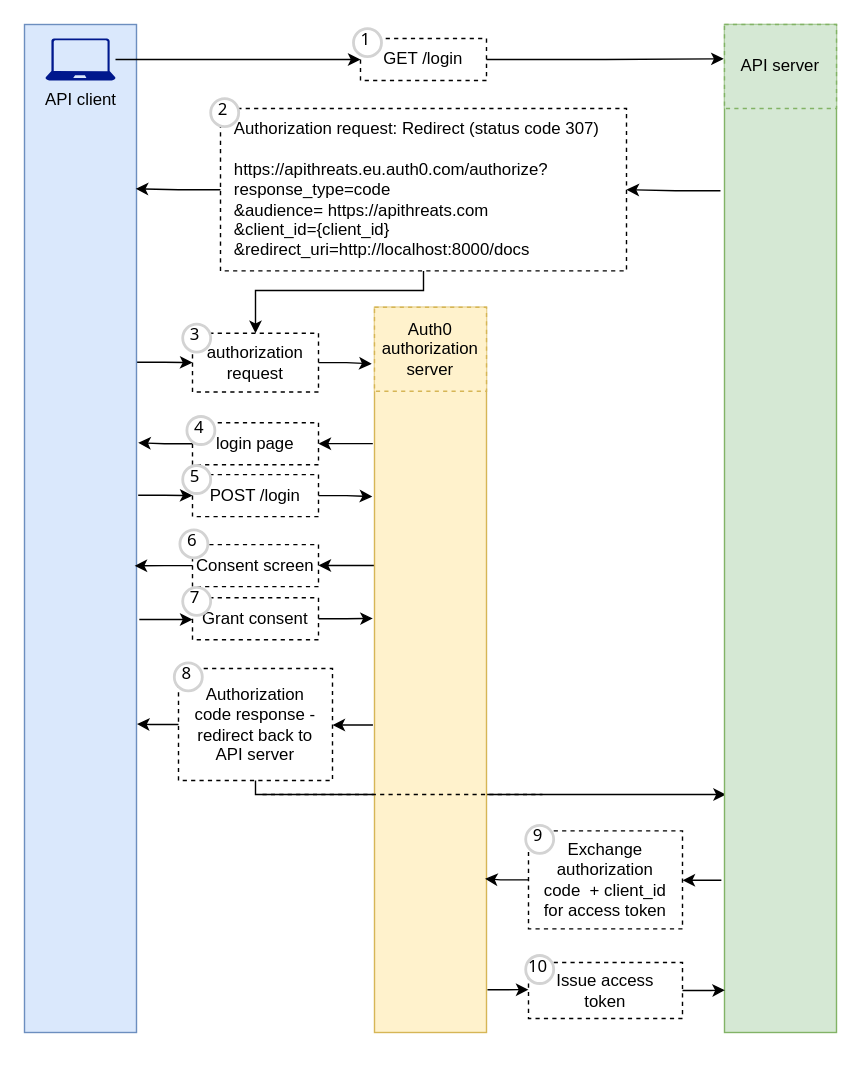
abunuwas/api-sec-book-imgs keeps this draw.io diagram as page "Page-7" (7 of 7) of ch08.drawio. Above is the earlier version. Source tidied: cells renumbered, new cells numbered last; positions are measured from the earlier drawing's top-left corner, leaving out a move shared by most shapes. Both pictures are drawn from the tidied source at 140%, with x=0, y=0 at pixel (24, 24).
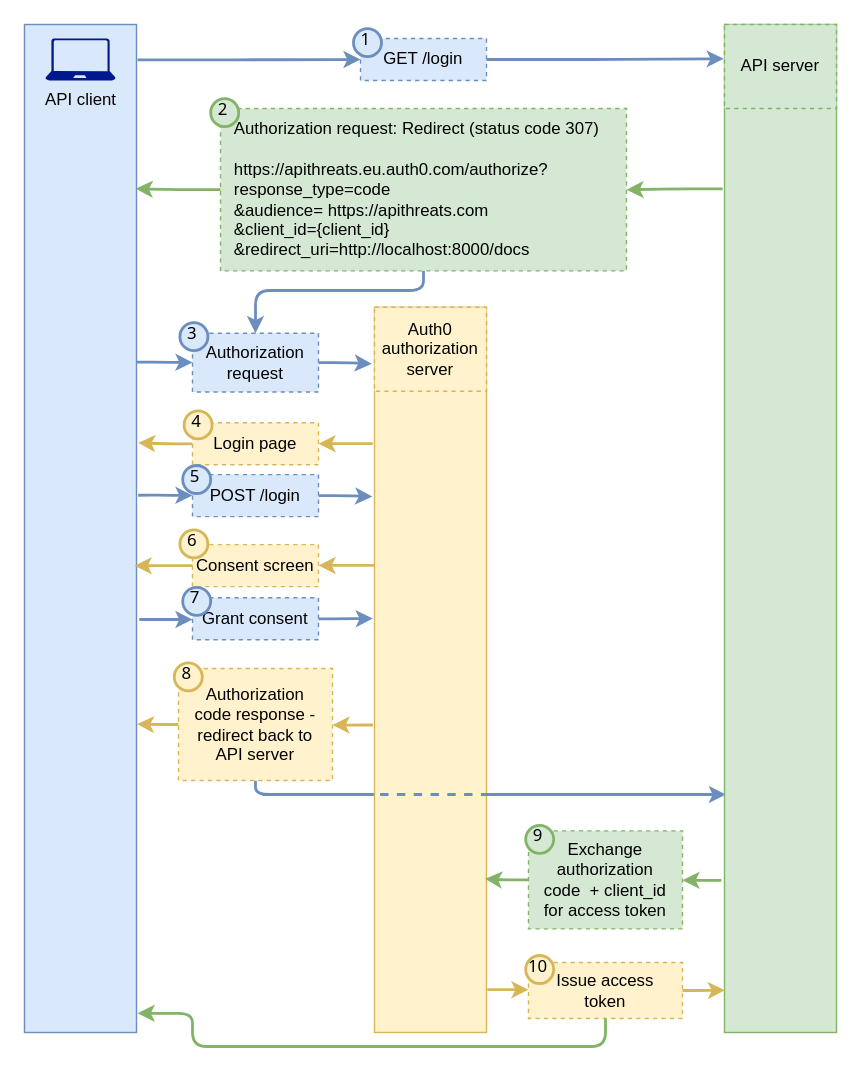
The same diagram, later.

The change refers to these unchanged cells:
```xml
<mxCell id="7" style="rounded=0;whiteSpace=wrap;html=1;fillColor=#fff2cc;strokeColor=#d6b656;" parent="1" vertex="1">
  <mxGeometry x="250" y="202" width="80" height="518" as="geometry" />
</mxCell>
<mxCell id="11" style="rounded=0;whiteSpace=wrap;html=1;fillColor=#dae8fc;strokeColor=#6c8ebf;" parent="1" vertex="1">
  <mxGeometry width="80" height="720" as="geometry" />
</mxCell>
<mxCell id="13" style="rounded=0;whiteSpace=wrap;html=1;fillColor=#d5e8d4;strokeColor=#82b366;" parent="1" vertex="1">
  <mxGeometry x="500" width="80" height="720" as="geometry" />
</mxCell>
<mxCell id="15" value="API client" style="sketch=0;shadow=0;dashed=0;html=1;strokeColor=none;labelPosition=center;verticalLabelPosition=bottom;verticalAlign=top;align=center;fillColor=#00188D;shape=mxgraph.azure.laptop;" parent="1" vertex="1">
  <mxGeometry x="15" y="10" width="50" height="30" as="geometry" />
</mxCell>
```

What changed in the source:
```diff
@@
-    <mxCell id="2" style="edgeStyle=orthogonalEdgeStyle;rounded=0;jettySize=auto;html=1;" parent="1" edge="1" source="25">
+    <mxCell id="2" style="edgeStyle=orthogonalEdgeStyle;rounded=1;jettySize=auto;html=1;fillColor=#dae8fc;strokeColor=#6c8ebf;curved=0;strokeWidth=2;" parent="1" edge="1" source="25">
       <mxGeometry relative="1" as="geometry">
         <mxPoint x="501" y="550" as="targetPoint" />
         <Array as="points">
           <mxPoint x="165" y="550" />
           <mxPoint x="501" y="550" />
         </Array>
       </mxGeometry>
     </mxCell>
-    <mxCell id="3" style="edgeStyle=orthogonalEdgeStyle;rounded=0;jettySize=auto;html=1;entryX=1;entryY=0.5;entryDx=0;entryDy=0;exitX=-0.015;exitY=0.188;exitDx=0;exitDy=0;exitPerimeter=0;" parent="1" edge="1" source="7" target="21">
+    <mxCell id="3" style="edgeStyle=orthogonalEdgeStyle;rounded=1;jettySize=auto;html=1;entryX=1;entryY=0.5;entryDx=0;entryDy=0;exitX=-0.015;exitY=0.188;exitDx=0;exitDy=0;exitPerimeter=0;fillColor=#fff2cc;strokeColor=#d6b656;strokeWidth=2;curved=0;" parent="1" edge="1" source="7" target="21">
       <mxGeometry relative="1" as="geometry" />
     </mxCell>
-    <mxCell id="4" style="edgeStyle=orthogonalEdgeStyle;rounded=0;jettySize=auto;html=1;entryX=1;entryY=0.5;entryDx=0;entryDy=0;exitX=-0.004;exitY=0.356;exitDx=0;exitDy=0;exitPerimeter=0;" parent="1" edge="1" source="7" target="23">
+    <mxCell id="4" style="edgeStyle=orthogonalEdgeStyle;rounded=1;jettySize=auto;html=1;entryX=1;entryY=0.5;entryDx=0;entryDy=0;exitX=-0.004;exitY=0.356;exitDx=0;exitDy=0;exitPerimeter=0;fillColor=#fff2cc;strokeColor=#d6b656;strokeWidth=2;curved=0;" parent="1" edge="1" source="7" target="23">
       <mxGeometry relative="1" as="geometry" />
     </mxCell>
-    <mxCell id="5" style="edgeStyle=orthogonalEdgeStyle;rounded=0;jettySize=auto;html=1;entryX=1;entryY=0.5;entryDx=0;entryDy=0;exitX=-0.014;exitY=0.576;exitDx=0;exitDy=0;exitPerimeter=0;" parent="1" edge="1" source="7" target="25">
+    <mxCell id="5" style="edgeStyle=orthogonalEdgeStyle;rounded=1;jettySize=auto;html=1;entryX=1;entryY=0.5;entryDx=0;entryDy=0;exitX=-0.014;exitY=0.576;exitDx=0;exitDy=0;exitPerimeter=0;fillColor=#fff2cc;strokeColor=#d6b656;curved=0;strokeWidth=2;" parent="1" edge="1" source="7" target="25">
       <mxGeometry relative="1" as="geometry" />
     </mxCell>
-    <mxCell id="6" style="edgeStyle=orthogonalEdgeStyle;rounded=0;jettySize=auto;html=1;entryX=0;entryY=0.5;entryDx=0;entryDy=0;exitX=1.008;exitY=0.941;exitDx=0;exitDy=0;exitPerimeter=0;" parent="1" edge="1" source="7" target="43">
+    <mxCell id="6" style="edgeStyle=orthogonalEdgeStyle;rounded=1;jettySize=auto;html=1;entryX=0;entryY=0.5;entryDx=0;entryDy=0;exitX=1.008;exitY=0.941;exitDx=0;exitDy=0;exitPerimeter=0;fillColor=#fff2cc;strokeColor=#d6b656;curved=0;strokeWidth=2;" parent="1" edge="1" source="7" target="43">
       <mxGeometry relative="1" as="geometry" />
     </mxCell>
@@
-    <mxCell id="8" style="edgeStyle=orthogonalEdgeStyle;rounded=0;jettySize=auto;html=1;entryX=0;entryY=0.5;entryDx=0;entryDy=0;exitX=0.999;exitY=0.335;exitDx=0;exitDy=0;exitPerimeter=0;" parent="1" edge="1" source="11" target="19">
+    <mxCell id="8" style="edgeStyle=orthogonalEdgeStyle;rounded=1;jettySize=auto;html=1;entryX=0;entryY=0.5;entryDx=0;entryDy=0;exitX=0.999;exitY=0.335;exitDx=0;exitDy=0;exitPerimeter=0;fillColor=#dae8fc;strokeColor=#6c8ebf;strokeWidth=2;curved=0;" parent="1" edge="1" source="11" target="19">
       <mxGeometry relative="1" as="geometry" />
     </mxCell>
-    <mxCell id="9" style="edgeStyle=orthogonalEdgeStyle;rounded=0;jettySize=auto;html=1;exitX=1.015;exitY=0.467;exitDx=0;exitDy=0;exitPerimeter=0;" parent="1" edge="1" source="11" target="22">
+    <mxCell id="9" style="edgeStyle=orthogonalEdgeStyle;rounded=1;jettySize=auto;html=1;exitX=1.015;exitY=0.467;exitDx=0;exitDy=0;exitPerimeter=0;fillColor=#dae8fc;strokeColor=#6c8ebf;strokeWidth=2;curved=0;" parent="1" edge="1" source="11" target="22">
       <mxGeometry relative="1" as="geometry" />
     </mxCell>
-    <mxCell id="10" style="edgeStyle=orthogonalEdgeStyle;rounded=0;jettySize=auto;html=1;entryX=0;entryY=0.5;entryDx=0;entryDy=0;" parent="1" edge="1" target="24">
+    <mxCell id="10" style="edgeStyle=orthogonalEdgeStyle;rounded=1;jettySize=auto;html=1;entryX=0;entryY=0.5;entryDx=0;entryDy=0;fillColor=#dae8fc;strokeColor=#6c8ebf;strokeWidth=2;curved=0;" parent="1" edge="1" target="24">
       <mxGeometry relative="1" as="geometry">
         <mxPoint x="82" y="425" as="sourcePoint" />
       </mxGeometry>
     </mxCell>
@@
-    <mxCell id="12" style="edgeStyle=orthogonalEdgeStyle;rounded=0;jettySize=auto;html=1;entryX=1;entryY=0.5;entryDx=0;entryDy=0;exitX=-0.028;exitY=0.849;exitDx=0;exitDy=0;exitPerimeter=0;" parent="1" edge="1" source="13" target="42">
+    <mxCell id="12" style="edgeStyle=orthogonalEdgeStyle;rounded=1;jettySize=auto;html=1;entryX=1;entryY=0.5;entryDx=0;entryDy=0;exitX=-0.028;exitY=0.849;exitDx=0;exitDy=0;exitPerimeter=0;fillColor=#d5e8d4;strokeColor=#82b366;curved=0;strokeWidth=2;" parent="1" edge="1" source="13" target="42">
       <mxGeometry relative="1" as="geometry" />
     </mxCell>
@@
-    <mxCell id="14" style="edgeStyle=orthogonalEdgeStyle;rounded=0;jettySize=auto;html=1;entryX=0;entryY=0.5;entryDx=0;entryDy=0;" parent="1" edge="1" source="15" target="16">
+    <mxCell id="14" style="edgeStyle=orthogonalEdgeStyle;rounded=1;jettySize=auto;html=1;entryX=0;entryY=0.5;entryDx=0;entryDy=0;fillColor=#dae8fc;strokeColor=#6c8ebf;exitX=1.01;exitY=0.035;exitDx=0;exitDy=0;exitPerimeter=0;strokeWidth=2;curved=0;" parent="1" edge="1" source="11" target="16">
       <mxGeometry relative="1" as="geometry" />
     </mxCell>
@@
-    <mxCell id="16" value="GET /login" style="text;html=1;align=center;verticalAlign=middle;whiteSpace=wrap;rounded=0;strokeColor=default;dashed=1;" parent="1" vertex="1">
+    <mxCell id="16" value="GET /login" style="text;html=1;align=center;verticalAlign=middle;whiteSpace=wrap;rounded=0;strokeColor=#6c8ebf;dashed=1;fillColor=#dae8fc;" parent="1" vertex="1">
       <mxGeometry x="240" y="10" width="90" height="30" as="geometry" />
     </mxCell>
-    <mxCell id="17" style="edgeStyle=orthogonalEdgeStyle;rounded=0;jettySize=auto;html=1;" parent="1" edge="1" source="18" target="19">
+    <mxCell id="17" style="edgeStyle=orthogonalEdgeStyle;rounded=1;jettySize=auto;html=1;fillColor=#dae8fc;strokeColor=#6c8ebf;strokeWidth=2;curved=0;" parent="1" edge="1" source="18" target="19">
       <mxGeometry relative="1" as="geometry">
         <Array as="points">
           <mxPoint x="285" y="190" />
           <mxPoint x="165" y="190" />
         </Array>
       </mxGeometry>
     </mxCell>
-    <mxCell id="18" value="Authorization request: Redirect (status code 307)&lt;div&gt;&lt;br&gt;&lt;/div&gt;&lt;div&gt;https://apithreats.eu.auth0.com/authorize?&lt;/div&gt;&lt;div&gt;response_type=code&lt;/div&gt;&lt;div&gt;&amp;amp;audience= https://apithreats.com&lt;/div&gt;&lt;div&gt;&amp;amp;client_id={client_id}&lt;/div&gt;&lt;div&gt;&amp;amp;redirect_uri=http://localhost:8000/docs&lt;/div&gt;" style="text;html=1;align=left;verticalAlign=middle;whiteSpace=wrap;rounded=0;strokeColor=default;dashed=1;spacing=10;" parent="1" vertex="1">
+    <mxCell id="18" value="Authorization request: Redirect (status code 307)&lt;div&gt;&lt;br&gt;&lt;/div&gt;&lt;div&gt;https://apithreats.eu.auth0.com/authorize?&lt;/div&gt;&lt;div&gt;response_type=code&lt;/div&gt;&lt;div&gt;&amp;amp;audience= https://apithreats.com&lt;/div&gt;&lt;div&gt;&amp;amp;client_id={client_id}&lt;/div&gt;&lt;div&gt;&amp;amp;redirect_uri=http://localhost:8000/docs&lt;/div&gt;" style="text;html=1;align=left;verticalAlign=middle;whiteSpace=wrap;rounded=0;strokeColor=#82b366;dashed=1;spacing=10;fillColor=#d5e8d4;" parent="1" vertex="1">
       <mxGeometry x="140" y="60" width="290" height="116" as="geometry" />
     </mxCell>
-    <mxCell id="19" value="authorization request" style="text;html=1;align=center;verticalAlign=middle;whiteSpace=wrap;rounded=0;strokeColor=default;dashed=1;" parent="1" vertex="1">
+    <mxCell id="19" value="Authorization request" style="text;html=1;align=center;verticalAlign=middle;whiteSpace=wrap;rounded=0;strokeColor=#6c8ebf;dashed=1;fillColor=#dae8fc;" parent="1" vertex="1">
       <mxGeometry x="120" y="220.5" width="90" height="42" as="geometry" />
     </mxCell>
-    <mxCell id="20" style="edgeStyle=orthogonalEdgeStyle;rounded=0;jettySize=auto;html=1;entryX=1.015;entryY=0.415;entryDx=0;entryDy=0;entryPerimeter=0;" parent="1" edge="1" source="21" target="11">
+    <mxCell id="20" style="edgeStyle=orthogonalEdgeStyle;rounded=1;jettySize=auto;html=1;entryX=1.015;entryY=0.415;entryDx=0;entryDy=0;entryPerimeter=0;fillColor=#fff2cc;strokeColor=#d6b656;strokeWidth=2;curved=0;" parent="1" edge="1" source="21" target="11">
       <mxGeometry relative="1" as="geometry" />
     </mxCell>
-    <mxCell id="21" value="login page" style="text;html=1;align=center;verticalAlign=middle;whiteSpace=wrap;rounded=0;strokeColor=default;dashed=1;" parent="1" vertex="1">
+    <mxCell id="21" value="Login page" style="text;html=1;align=center;verticalAlign=middle;whiteSpace=wrap;rounded=0;strokeColor=#d6b656;dashed=1;fillColor=#fff2cc;" parent="1" vertex="1">
       <mxGeometry x="120" y="284.5" width="90" height="30" as="geometry" />
     </mxCell>
-    <mxCell id="22" value="POST /login" style="text;html=1;align=center;verticalAlign=middle;whiteSpace=wrap;rounded=0;strokeColor=default;dashed=1;" parent="1" vertex="1">
+    <mxCell id="22" value="POST /login" style="text;html=1;align=center;verticalAlign=middle;whiteSpace=wrap;rounded=0;strokeColor=#6c8ebf;dashed=1;fillColor=#dae8fc;" parent="1" vertex="1">
       <mxGeometry x="120" y="321.5" width="90" height="30" as="geometry" />
     </mxCell>
-    <mxCell id="23" value="Consent screen" style="text;html=1;align=center;verticalAlign=middle;whiteSpace=wrap;rounded=0;strokeColor=default;dashed=1;" parent="1" vertex="1">
+    <mxCell id="23" value="Consent screen" style="text;html=1;align=center;verticalAlign=middle;whiteSpace=wrap;rounded=0;strokeColor=#d6b656;dashed=1;fillColor=#fff2cc;" parent="1" vertex="1">
       <mxGeometry x="120" y="371.5" width="90" height="30" as="geometry" />
     </mxCell>
-    <mxCell id="24" value="Grant&amp;nbsp;&lt;span style=&quot;background-color: transparent; color: light-dark(rgb(0, 0, 0), rgb(255, 255, 255));&quot;&gt;consent&lt;/span&gt;" style="text;html=1;align=center;verticalAlign=middle;whiteSpace=wrap;rounded=0;strokeColor=default;dashed=1;" parent="1" vertex="1">
+    <mxCell id="24" value="Grant&amp;nbsp;&lt;span style=&quot;background-color: transparent; color: light-dark(rgb(0, 0, 0), rgb(255, 255, 255));&quot;&gt;consent&lt;/span&gt;" style="text;html=1;align=center;verticalAlign=middle;whiteSpace=wrap;rounded=0;strokeColor=#6c8ebf;dashed=1;fillColor=#dae8fc;" parent="1" vertex="1">
       <mxGeometry x="120" y="409.5" width="90" height="30" as="geometry" />
     </mxCell>
-    <mxCell id="25" value="Authorization code response - redirect back to API server" style="text;html=1;align=center;verticalAlign=middle;whiteSpace=wrap;rounded=0;strokeColor=default;dashed=1;spacing=8;" parent="1" vertex="1">
+    <mxCell id="25" value="Authorization code response - redirect back to API server" style="text;html=1;align=center;verticalAlign=middle;whiteSpace=wrap;rounded=0;strokeColor=#d6b656;dashed=1;spacing=8;fillColor=#fff2cc;" parent="1" vertex="1">
       <mxGeometry x="110" y="460" width="110" height="80" as="geometry" />
     </mxCell>
-    <mxCell id="26" style="edgeStyle=orthogonalEdgeStyle;rounded=0;jettySize=auto;html=1;entryX=-0.007;entryY=0.034;entryDx=0;entryDy=0;entryPerimeter=0;" parent="1" edge="1" source="16" target="13">
+    <mxCell id="26" style="edgeStyle=orthogonalEdgeStyle;rounded=1;jettySize=auto;html=1;entryX=-0.007;entryY=0.034;entryDx=0;entryDy=0;entryPerimeter=0;fillColor=#dae8fc;strokeColor=#6c8ebf;strokeWidth=2;curved=0;" parent="1" edge="1" source="16" target="13">
       <mxGeometry relative="1" as="geometry" />
     </mxCell>
-    <mxCell id="27" style="edgeStyle=orthogonalEdgeStyle;rounded=0;jettySize=auto;html=1;entryX=1;entryY=0.5;entryDx=0;entryDy=0;exitX=-0.036;exitY=0.165;exitDx=0;exitDy=0;exitPerimeter=0;" parent="1" edge="1" source="13" target="18">
+    <mxCell id="27" style="edgeStyle=orthogonalEdgeStyle;rounded=1;jettySize=auto;html=1;entryX=1;entryY=0.5;entryDx=0;entryDy=0;exitX=-0.017;exitY=0.163;exitDx=0;exitDy=0;exitPerimeter=0;fillColor=#d5e8d4;strokeColor=#82b366;strokeWidth=2;curved=0;" parent="1" edge="1" source="13" target="18">
       <mxGeometry relative="1" as="geometry" />
     </mxCell>
-    <mxCell id="28" style="edgeStyle=orthogonalEdgeStyle;rounded=0;jettySize=auto;html=1;entryX=0.993;entryY=0.163;entryDx=0;entryDy=0;entryPerimeter=0;" parent="1" edge="1" source="18" target="11">
+    <mxCell id="28" style="edgeStyle=orthogonalEdgeStyle;rounded=1;jettySize=auto;html=1;entryX=0.993;entryY=0.163;entryDx=0;entryDy=0;entryPerimeter=0;fillColor=#d5e8d4;strokeColor=#82b366;strokeWidth=2;curved=0;" parent="1" edge="1" source="18" target="11">
       <mxGeometry relative="1" as="geometry" />
     </mxCell>
-    <mxCell id="29" style="edgeStyle=orthogonalEdgeStyle;rounded=0;jettySize=auto;html=1;entryX=-0.025;entryY=0.078;entryDx=0;entryDy=0;entryPerimeter=0;" parent="1" edge="1" source="19" target="7">
+    <mxCell id="29" style="edgeStyle=orthogonalEdgeStyle;rounded=1;jettySize=auto;html=1;entryX=-0.025;entryY=0.078;entryDx=0;entryDy=0;entryPerimeter=0;fillColor=#dae8fc;strokeColor=#6c8ebf;strokeWidth=2;curved=0;" parent="1" edge="1" source="19" target="7">
       <mxGeometry relative="1" as="geometry" />
     </mxCell>
-    <mxCell id="30" style="edgeStyle=orthogonalEdgeStyle;rounded=0;jettySize=auto;html=1;entryX=-0.02;entryY=0.261;entryDx=0;entryDy=0;entryPerimeter=0;" parent="1" edge="1" source="22" target="7">
+    <mxCell id="30" style="edgeStyle=orthogonalEdgeStyle;rounded=1;jettySize=auto;html=1;entryX=-0.02;entryY=0.261;entryDx=0;entryDy=0;entryPerimeter=0;fillColor=#dae8fc;strokeColor=#6c8ebf;strokeWidth=2;curved=0;" parent="1" edge="1" source="22" target="7">
       <mxGeometry relative="1" as="geometry" />
     </mxCell>
-    <mxCell id="31" style="edgeStyle=orthogonalEdgeStyle;rounded=0;jettySize=auto;html=1;entryX=0.983;entryY=0.537;entryDx=0;entryDy=0;entryPerimeter=0;" parent="1" edge="1" source="23" target="11">
+    <mxCell id="31" style="edgeStyle=orthogonalEdgeStyle;rounded=1;jettySize=auto;html=1;entryX=0.983;entryY=0.537;entryDx=0;entryDy=0;entryPerimeter=0;fillColor=#fff2cc;strokeColor=#d6b656;strokeWidth=2;curved=0;" parent="1" edge="1" source="23" target="11">
       <mxGeometry relative="1" as="geometry" />
     </mxCell>
-    <mxCell id="32" style="edgeStyle=orthogonalEdgeStyle;rounded=0;jettySize=auto;html=1;entryX=-0.015;entryY=0.429;entryDx=0;entryDy=0;entryPerimeter=0;" parent="1" edge="1" source="24" target="7">
+    <mxCell id="32" style="edgeStyle=orthogonalEdgeStyle;rounded=1;jettySize=auto;html=1;entryX=-0.015;entryY=0.429;entryDx=0;entryDy=0;entryPerimeter=0;fillColor=#dae8fc;strokeColor=#6c8ebf;strokeWidth=2;curved=0;" parent="1" edge="1" source="24" target="7">
       <mxGeometry relative="1" as="geometry" />
     </mxCell>
-    <mxCell id="33" style="edgeStyle=orthogonalEdgeStyle;rounded=0;jettySize=auto;html=1;entryX=1.004;entryY=0.694;entryDx=0;entryDy=0;entryPerimeter=0;" parent="1" edge="1" source="25" target="11">
+    <mxCell id="33" style="edgeStyle=orthogonalEdgeStyle;rounded=1;jettySize=auto;html=1;entryX=1.004;entryY=0.694;entryDx=0;entryDy=0;entryPerimeter=0;fillColor=#fff2cc;strokeColor=#d6b656;curved=0;strokeWidth=2;" parent="1" edge="1" source="25" target="11">
       <mxGeometry relative="1" as="geometry" />
     </mxCell>
-    <mxCell id="34" value="1" style="ellipse;whiteSpace=wrap;html=1;strokeWidth=2;fontFamily=Tahoma;spacingBottom=4;spacingRight=2;strokeColor=#d3d3d3;" parent="1" vertex="1">
+    <mxCell id="34" value="1" style="ellipse;whiteSpace=wrap;html=1;strokeWidth=2;fontFamily=Tahoma;spacingBottom=4;spacingRight=2;strokeColor=#6c8ebf;fillColor=#dae8fc;" parent="1" vertex="1">
       <mxGeometry x="235" y="3" width="20" height="20" as="geometry" />
     </mxCell>
-    <mxCell id="35" value="2" style="ellipse;whiteSpace=wrap;html=1;strokeWidth=2;fontFamily=Tahoma;spacingBottom=4;spacingRight=2;strokeColor=#d3d3d3;" parent="1" vertex="1">
+    <mxCell id="35" value="2" style="ellipse;whiteSpace=wrap;html=1;strokeWidth=2;fontFamily=Tahoma;spacingBottom=4;spacingRight=2;strokeColor=#82b366;fillColor=#d5e8d4;" parent="1" vertex="1">
       <mxGeometry x="133" y="53" width="20" height="20" as="geometry" />
     </mxCell>
-    <mxCell id="36" value="3" style="ellipse;whiteSpace=wrap;html=1;strokeWidth=2;fontFamily=Tahoma;spacingBottom=4;spacingRight=2;strokeColor=#d3d3d3;" parent="1" vertex="1">
-      <mxGeometry x="113" y="214" width="20" height="20" as="geometry" />
+    <mxCell id="36" value="3" style="ellipse;whiteSpace=wrap;html=1;strokeWidth=2;fontFamily=Tahoma;spacingBottom=4;spacingRight=2;strokeColor=#6c8ebf;fillColor=#dae8fc;" parent="1" vertex="1">
+      <mxGeometry x="111" y="213" width="20" height="20" as="geometry" />
     </mxCell>
-    <mxCell id="37" value="4" style="ellipse;whiteSpace=wrap;html=1;strokeWidth=2;fontFamily=Tahoma;spacingBottom=4;spacingRight=2;strokeColor=#d3d3d3;" parent="1" vertex="1">
-      <mxGeometry x="116" y="280" width="20" height="20" as="geometry" />
+    <mxCell id="37" value="4" style="ellipse;whiteSpace=wrap;html=1;strokeWidth=2;fontFamily=Tahoma;spacingBottom=4;spacingRight=2;strokeColor=#d6b656;fillColor=#fff2cc;" parent="1" vertex="1">
+      <mxGeometry x="114" y="276" width="20" height="20" as="geometry" />
     </mxCell>
-    <mxCell id="38" value="5" style="ellipse;whiteSpace=wrap;html=1;strokeWidth=2;fontFamily=Tahoma;spacingBottom=4;spacingRight=2;strokeColor=#d3d3d3;" parent="1" vertex="1">
+    <mxCell id="38" value="5" style="ellipse;whiteSpace=wrap;html=1;strokeWidth=2;fontFamily=Tahoma;spacingBottom=4;spacingRight=2;strokeColor=#6c8ebf;fillColor=#dae8fc;" parent="1" vertex="1">
       <mxGeometry x="113" y="315" width="20" height="20" as="geometry" />
     </mxCell>
-    <mxCell id="39" value="6" style="ellipse;whiteSpace=wrap;html=1;strokeWidth=2;fontFamily=Tahoma;spacingBottom=4;spacingRight=2;strokeColor=#d3d3d3;" parent="1" vertex="1">
+    <mxCell id="39" value="6" style="ellipse;whiteSpace=wrap;html=1;strokeWidth=2;fontFamily=Tahoma;spacingBottom=4;spacingRight=2;strokeColor=#d6b656;fillColor=#fff2cc;" parent="1" vertex="1">
       <mxGeometry x="111" y="361" width="20" height="20" as="geometry" />
     </mxCell>
-    <mxCell id="40" value="7" style="ellipse;whiteSpace=wrap;html=1;strokeWidth=2;fontFamily=Tahoma;spacingBottom=4;spacingRight=2;strokeColor=#d3d3d3;" parent="1" vertex="1">
+    <mxCell id="40" value="7" style="ellipse;whiteSpace=wrap;html=1;strokeWidth=2;fontFamily=Tahoma;spacingBottom=4;spacingRight=2;strokeColor=#6c8ebf;fillColor=#dae8fc;" parent="1" vertex="1">
       <mxGeometry x="113" y="402" width="20" height="20" as="geometry" />
     </mxCell>
-    <mxCell id="41" value="8" style="ellipse;whiteSpace=wrap;html=1;strokeWidth=2;fontFamily=Tahoma;spacingBottom=4;spacingRight=2;strokeColor=#d3d3d3;" parent="1" vertex="1">
+    <mxCell id="41" value="8" style="ellipse;whiteSpace=wrap;html=1;strokeWidth=2;fontFamily=Tahoma;spacingBottom=4;spacingRight=2;strokeColor=#d6b656;fillColor=#fff2cc;" parent="1" vertex="1">
       <mxGeometry x="107" y="456" width="20" height="20" as="geometry" />
     </mxCell>
-    <mxCell id="42" value="Exchange authorization code&amp;nbsp; + client_id for access token" style="text;html=1;align=center;verticalAlign=middle;whiteSpace=wrap;rounded=0;strokeColor=default;dashed=1;spacing=6;" parent="1" vertex="1">
+    <mxCell id="42" value="Exchange authorization code&amp;nbsp; + client_id for access token" style="text;html=1;align=center;verticalAlign=middle;whiteSpace=wrap;rounded=0;strokeColor=#82b366;dashed=1;spacing=6;fillColor=#d5e8d4;" parent="1" vertex="1">
       <mxGeometry x="360" y="576" width="110" height="70" as="geometry" />
     </mxCell>
-    <mxCell id="43" value="Issue access token" style="text;html=1;align=center;verticalAlign=middle;whiteSpace=wrap;rounded=0;strokeColor=default;dashed=1;spacing=6;" parent="1" vertex="1">
+    <mxCell id="43" value="Issue access token" style="text;html=1;align=center;verticalAlign=middle;whiteSpace=wrap;rounded=0;strokeColor=#d6b656;dashed=1;spacing=6;fillColor=#fff2cc;" parent="1" vertex="1">
       <mxGeometry x="360" y="670" width="110" height="40" as="geometry" />
     </mxCell>
-    <mxCell id="44" value="9" style="ellipse;whiteSpace=wrap;html=1;strokeWidth=2;fontFamily=Tahoma;spacingBottom=4;spacingRight=2;strokeColor=#d3d3d3;" parent="1" vertex="1">
+    <mxCell id="44" value="9" style="ellipse;whiteSpace=wrap;html=1;strokeWidth=2;fontFamily=Tahoma;spacingBottom=4;spacingRight=2;strokeColor=#82b366;fillColor=#d5e8d4;" parent="1" vertex="1">
       <mxGeometry x="358" y="572" width="20" height="20" as="geometry" />
     </mxCell>
-    <mxCell id="45" value="10" style="ellipse;whiteSpace=wrap;html=1;strokeWidth=2;fontFamily=Tahoma;spacingBottom=4;spacingRight=2;strokeColor=#d3d3d3;" parent="1" vertex="1">
+    <mxCell id="45" value="10" style="ellipse;whiteSpace=wrap;html=1;strokeWidth=2;fontFamily=Tahoma;spacingBottom=4;spacingRight=2;strokeColor=#d6b656;fillColor=#fff2cc;" parent="1" vertex="1">
       <mxGeometry x="358" y="665" width="20" height="20" as="geometry" />
     </mxCell>
-    <mxCell id="46" style="edgeStyle=orthogonalEdgeStyle;rounded=0;jettySize=auto;html=1;entryX=0.987;entryY=0.788;entryDx=0;entryDy=0;entryPerimeter=0;" parent="1" edge="1" source="42" target="7">
+    <mxCell id="46" style="edgeStyle=orthogonalEdgeStyle;rounded=1;jettySize=auto;html=1;entryX=0.987;entryY=0.788;entryDx=0;entryDy=0;entryPerimeter=0;fillColor=#d5e8d4;strokeColor=#82b366;curved=0;strokeWidth=2;" parent="1" edge="1" source="42" target="7">
       <mxGeometry relative="1" as="geometry" />
     </mxCell>
-    <mxCell id="47" style="edgeStyle=orthogonalEdgeStyle;rounded=0;jettySize=auto;html=1;entryX=0.004;entryY=0.958;entryDx=0;entryDy=0;entryPerimeter=0;" parent="1" edge="1" source="43" target="13">
+    <mxCell id="47" style="edgeStyle=orthogonalEdgeStyle;rounded=1;jettySize=auto;html=1;entryX=0.004;entryY=0.958;entryDx=0;entryDy=0;entryPerimeter=0;fillColor=#fff2cc;strokeColor=#d6b656;curved=0;strokeWidth=2;" parent="1" edge="1" source="43" target="13">
       <mxGeometry relative="1" as="geometry" />
     </mxCell>
-    <mxCell id="48" style="endArrow=none;html=1;rounded=0;dashed=1;" parent="1" edge="1">
+    <mxCell id="48" style="endArrow=none;html=1;rounded=1;dashed=1;fillColor=#dae8fc;strokeColor=#6c8ebf;curved=0;strokeWidth=2;" parent="1" edge="1">
       <mxGeometry relative="1" as="geometry">
         <mxPoint x="170" y="550" as="sourcePoint" />
         <mxPoint x="370" y="550" as="targetPoint" />
       </mxGeometry>
     </mxCell>
@@
+    <mxCell id="51" style="edgeStyle=orthogonalEdgeStyle;rounded=1;jettySize=auto;html=1;entryX=1.01;entryY=0.981;entryDx=0;entryDy=0;entryPerimeter=0;fillColor=#d5e8d4;strokeColor=#82b366;curved=0;strokeWidth=2;" parent="1" edge="1" source="43" target="11">
+      <mxGeometry relative="1" as="geometry">
+        <Array as="points">
+          <mxPoint x="415" y="730" />
+          <mxPoint x="120" y="730" />
+          <mxPoint x="120" y="706" />
+        </Array>
+      </mxGeometry>
+    </mxCell>
```
